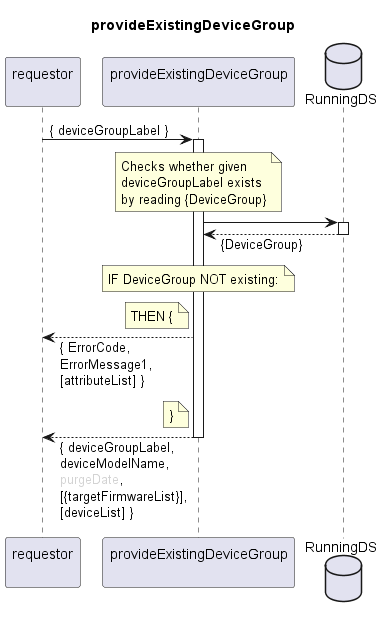
Above: spec/Services/provideExistingDeviceGroup/1.0.0/provideExistingDeviceGroup.png in openBackhaul/FirmWareManager (PlantUML), before the change.
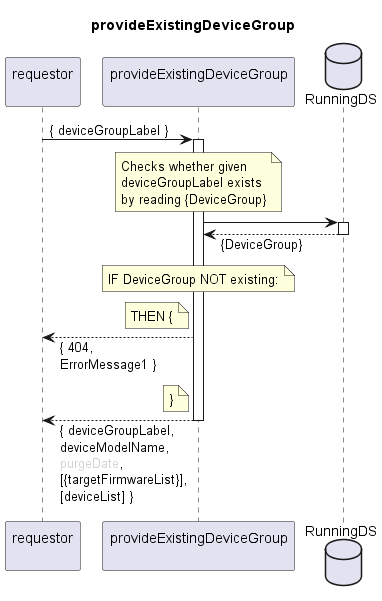
Above is the later version.

The edit, as a diff of the source:
```diff
@@ -27,7 +27,7 @@
   note left indServ
     THEN {
   end note
-  requestor <-- indServ: { ErrorCode,\nErrorMessage1,\n[attributeList] }
+  requestor <-- indServ: { 404,\nErrorMessage1 }
   note left indServ
     }
   end note
```
